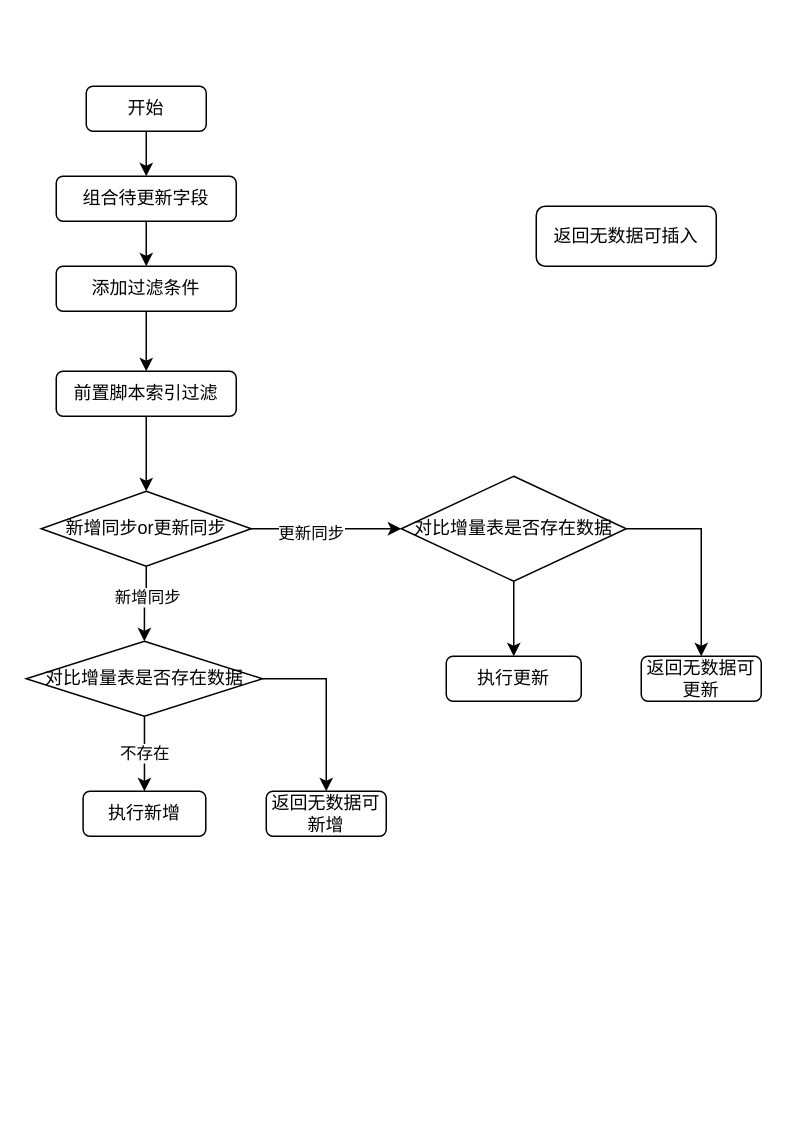
Alphathur/diagram keeps this draw.io diagram as 未命名绘图.drawio. Above is the earlier version. Source tidied: cells renumbered, new cells numbered last; positions are measured from the earlier drawing's top-left corner, leaving out a move shared by most shapes. Both pictures are drawn from the tidied source at 150%, with x=0, y=0 at pixel (26, 86).
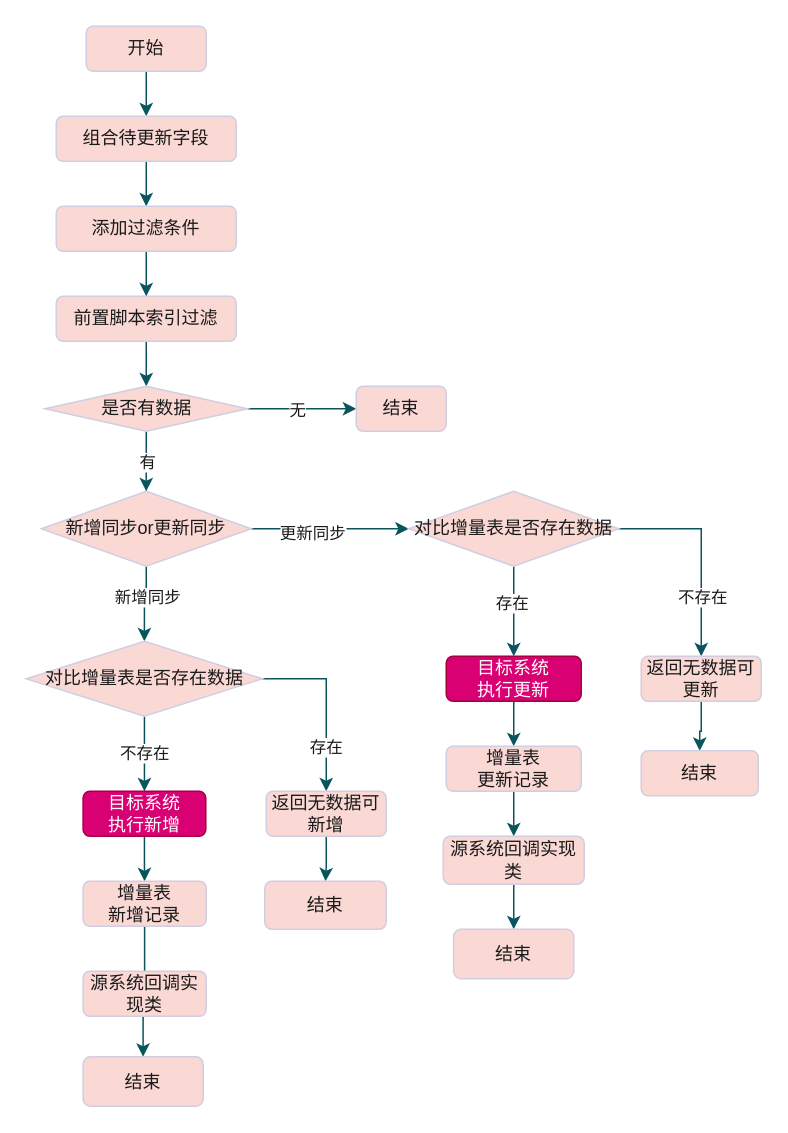
The same diagram, later.

Commit message (it also covers changes not shown here):
更新未命名绘图.drawio

The edit, as a diff of the source:
```diff
@@
-    <mxCell id="2" style="edgeStyle=orthogonalEdgeStyle;rounded=0;jettySize=auto;html=1;" parent="1" edge="1" source="3" target="6">
+    <mxCell id="2" style="edgeStyle=orthogonalEdgeStyle;rounded=0;jettySize=auto;html=1;strokeColor=#09555B;fontColor=#1A1A1A;" parent="1" edge="1" source="3" target="6">
       <mxGeometry relative="1" as="geometry" />
     </mxCell>
-    <mxCell id="3" value="开始" style="rounded=1;whiteSpace=wrap;html=1;fontSize=12;glass=0;strokeWidth=1;shadow=0;" parent="1" vertex="1">
-      <mxGeometry x="40" width="80" height="30" as="geometry" />
+    <mxCell id="3" value="开始" style="rounded=1;whiteSpace=wrap;html=1;fontSize=12;glass=0;strokeWidth=1;shadow=0;fillColor=#FAD9D5;strokeColor=#D0CEE2;fontColor=#1A1A1A;" parent="1" vertex="1">
+      <mxGeometry x="40" y="-40" width="80" height="30" as="geometry" />
     </mxCell>
-    <mxCell id="4" value="返回无数据可插入" style="rounded=1;whiteSpace=wrap;html=1;fontSize=12;glass=0;strokeWidth=1;shadow=0;" parent="1" vertex="1">
-      <mxGeometry x="340" y="80" width="120" height="40" as="geometry" />
-    </mxCell>
-    <mxCell id="5" style="edgeStyle=orthogonalEdgeStyle;rounded=0;jettySize=auto;html=1;" parent="1" edge="1" source="6" target="22">
+    <mxCell id="5" style="edgeStyle=orthogonalEdgeStyle;rounded=0;jettySize=auto;html=1;strokeColor=#09555B;fontColor=#1A1A1A;" parent="1" edge="1" source="6" target="22">
       <mxGeometry relative="1" as="geometry" />
     </mxCell>
-    <mxCell id="6" value="组合待更新字段" style="rounded=1;whiteSpace=wrap;html=1;fontSize=12;glass=0;strokeWidth=1;shadow=0;" parent="1" vertex="1">
-      <mxGeometry x="20" y="60" width="120" height="30" as="geometry" />
+    <mxCell id="6" value="组合待更新字段" style="rounded=1;whiteSpace=wrap;html=1;fontSize=12;glass=0;strokeWidth=1;shadow=0;fillColor=#FAD9D5;strokeColor=#D0CEE2;fontColor=#1A1A1A;" parent="1" vertex="1">
+      <mxGeometry x="20" y="20" width="120" height="30" as="geometry" />
     </mxCell>
-    <mxCell id="7" style="edgeStyle=orthogonalEdgeStyle;rounded=0;jettySize=auto;html=1;entryX=0.5;entryY=0;entryDx=0;entryDy=0;" parent="1" edge="1" source="8" target="13">
-      <mxGeometry relative="1" as="geometry" />
-    </mxCell>
+    <mxCell id="27" style="edgeStyle=orthogonalEdgeStyle;rounded=0;jettySize=auto;html=1;entryX=0.5;entryY=0;entryDx=0;entryDy=0;strokeColor=#09555B;fontColor=#1A1A1A;" parent="1" edge="1" source="8" target="39">
+      <mxGeometry relative="1" as="geometry" />
+    </mxCell>
-    <mxCell id="8" value="前置脚本索引过滤" style="rounded=1;whiteSpace=wrap;html=1;fontSize=12;glass=0;strokeWidth=1;shadow=0;" parent="1" vertex="1">
-      <mxGeometry x="20" y="190" width="120" height="30" as="geometry" />
+    <mxCell id="8" value="前置脚本索引过滤" style="rounded=1;whiteSpace=wrap;html=1;fontSize=12;glass=0;strokeWidth=1;shadow=0;fillColor=#FAD9D5;strokeColor=#D0CEE2;fontColor=#1A1A1A;" parent="1" vertex="1">
+      <mxGeometry x="20" y="140" width="120" height="30" as="geometry" />
     </mxCell>
-    <mxCell id="9" style="edgeStyle=orthogonalEdgeStyle;rounded=0;jettySize=auto;html=1;entryX=0;entryY=0.5;entryDx=0;entryDy=0;" parent="1" edge="1" source="13">
-      <mxGeometry relative="1" as="geometry">
-        <mxPoint x="250" y="295" as="targetPoint" />
-      </mxGeometry>
+    <mxCell id="9" style="edgeStyle=orthogonalEdgeStyle;rounded=0;jettySize=auto;html=1;entryX=0;entryY=0.5;entryDx=0;entryDy=0;strokeColor=#09555B;fontColor=#1A1A1A;" parent="1" edge="1" source="13" target="20">
+      <mxGeometry relative="1" as="geometry" />
     </mxCell>
-    <mxCell id="10" value="更新同步" style="edgeLabel;html=1;align=center;verticalAlign=middle;" parent="9" vertex="1">
+    <mxCell id="10" value="更新同步" style="edgeLabel;html=1;align=center;verticalAlign=middle;fontColor=#1A1A1A;" parent="9" vertex="1">
       <mxGeometry x="-0.23" y="-2" relative="1" as="geometry" />
     </mxCell>
-    <mxCell id="11" style="edgeStyle=orthogonalEdgeStyle;rounded=0;jettySize=auto;html=1;exitX=0.5;exitY=1;exitDx=0;exitDy=0;entryX=0.5;entryY=0;entryDx=0;entryDy=0;" parent="1" edge="1" source="13" target="17">
+    <mxCell id="11" style="edgeStyle=orthogonalEdgeStyle;rounded=0;jettySize=auto;html=1;exitX=0.5;exitY=1;exitDx=0;exitDy=0;entryX=0.5;entryY=0;entryDx=0;entryDy=0;strokeColor=#09555B;fontColor=#1A1A1A;" parent="1" edge="1" source="13" target="17">
       <mxGeometry relative="1" as="geometry" />
     </mxCell>
-    <mxCell id="12" value="新增同步" style="edgeLabel;html=1;align=center;verticalAlign=middle;" parent="11" vertex="1">
+    <mxCell id="12" value="新增同步" style="edgeLabel;html=1;align=center;verticalAlign=middle;fontColor=#1A1A1A;" parent="11" vertex="1">
       <mxGeometry x="-0.2" relative="1" as="geometry" />
     </mxCell>
-    <mxCell id="13" value="新增同步or更新同步" style="rhombus;whiteSpace=wrap;html=1;" parent="1" vertex="1">
+    <mxCell id="13" value="新增同步or更新同步" style="rhombus;whiteSpace=wrap;html=1;fillColor=#FAD9D5;strokeColor=#D0CEE2;fontColor=#1A1A1A;" parent="1" vertex="1">
       <mxGeometry x="10" y="270" width="140" height="50" as="geometry" />
     </mxCell>
-    <mxCell id="14" style="edgeStyle=orthogonalEdgeStyle;rounded=0;jettySize=auto;html=1;" parent="1" edge="1" source="17" target="23">
+    <mxCell id="14" style="edgeStyle=orthogonalEdgeStyle;rounded=0;jettySize=auto;html=1;strokeColor=#09555B;fontColor=#1A1A1A;" parent="1" edge="1" source="17" target="23">
       <mxGeometry relative="1" as="geometry">
         <Array as="points">
           <mxPoint x="78.8" y="460" />
           <mxPoint x="78.8" y="460" />
         </Array>
       </mxGeometry>
     </mxCell>
-    <mxCell id="15" value="不存在" style="edgeLabel;html=1;align=center;verticalAlign=middle;" parent="14" vertex="1">
+    <mxCell id="15" value="不存在" style="edgeLabel;html=1;align=center;verticalAlign=middle;fontColor=#1A1A1A;" parent="14" vertex="1">
       <mxGeometry x="-0.29" relative="1" as="geometry">
         <mxPoint y="7" as="offset" />
       </mxGeometry>
     </mxCell>
-    <mxCell id="16" style="edgeStyle=orthogonalEdgeStyle;rounded=0;jettySize=auto;html=1;" parent="1" edge="1" source="17" target="25">
+    <mxCell id="16" style="edgeStyle=orthogonalEdgeStyle;rounded=0;jettySize=auto;html=1;strokeColor=#09555B;fontColor=#1A1A1A;" parent="1" edge="1" source="17" target="25">
       <mxGeometry relative="1" as="geometry" />
     </mxCell>
+    <mxCell id="28" value="存在" style="edgeLabel;html=1;align=center;verticalAlign=middle;fontColor=#1A1A1A;" parent="16" vertex="1">
+      <mxGeometry x="-0.35" y="1" relative="1" as="geometry">
+        <mxPoint x="4" y="46" as="offset" />
+      </mxGeometry>
+    </mxCell>
-    <mxCell id="17" value="对比增量表是否存在数据" style="rhombus;whiteSpace=wrap;html=1;" parent="1" vertex="1">
+    <mxCell id="17" value="对比增量表是否存在数据" style="rhombus;whiteSpace=wrap;html=1;fillColor=#FAD9D5;strokeColor=#D0CEE2;fontColor=#1A1A1A;" parent="1" vertex="1">
       <mxGeometry y="370" width="157.5" height="50" as="geometry" />
     </mxCell>
-    <mxCell id="18" style="edgeStyle=orthogonalEdgeStyle;rounded=0;jettySize=auto;html=1;entryX=0.5;entryY=0;entryDx=0;entryDy=0;" parent="1" edge="1" source="20" target="24">
+    <mxCell id="18" style="edgeStyle=orthogonalEdgeStyle;rounded=0;jettySize=auto;html=1;entryX=0.5;entryY=0;entryDx=0;entryDy=0;strokeColor=#09555B;fontColor=#1A1A1A;" parent="1" edge="1" source="20" target="24">
       <mxGeometry relative="1" as="geometry" />
     </mxCell>
+    <mxCell id="29" value="存在" style="edgeLabel;html=1;align=center;verticalAlign=middle;fontColor=#1A1A1A;" parent="18" vertex="1">
+      <mxGeometry x="-0.2" y="-2" relative="1" as="geometry" />
+    </mxCell>
-    <mxCell id="19" style="edgeStyle=orthogonalEdgeStyle;rounded=0;jettySize=auto;html=1;" parent="1" edge="1" source="20" target="26">
+    <mxCell id="19" style="edgeStyle=orthogonalEdgeStyle;rounded=0;jettySize=auto;html=1;strokeColor=#09555B;fontColor=#1A1A1A;" parent="1" edge="1" source="20" target="26">
       <mxGeometry relative="1" as="geometry" />
     </mxCell>
+    <mxCell id="30" value="不存在" style="edgeLabel;html=1;align=center;verticalAlign=middle;fontColor=#1A1A1A;" parent="19" vertex="1">
+      <mxGeometry x="-0.21" y="-1" relative="1" as="geometry">
+        <mxPoint x="1" y="45" as="offset" />
+      </mxGeometry>
+    </mxCell>
-    <mxCell id="20" value="对比增量表是否存在数据" style="rhombus;whiteSpace=wrap;html=1;" parent="1" vertex="1">
-      <mxGeometry x="250" y="260" width="150" height="70" as="geometry" />
+    <mxCell id="20" value="对比增量表是否存在数据" style="rhombus;whiteSpace=wrap;html=1;fillColor=#FAD9D5;strokeColor=#D0CEE2;fontColor=#1A1A1A;" parent="1" vertex="1">
+      <mxGeometry x="255" y="270" width="140" height="50" as="geometry" />
     </mxCell>
-    <mxCell id="21" style="edgeStyle=orthogonalEdgeStyle;rounded=0;jettySize=auto;html=1;exitX=0.5;exitY=1;exitDx=0;exitDy=0;entryX=0.5;entryY=0;entryDx=0;entryDy=0;" parent="1" edge="1" source="22" target="8">
+    <mxCell id="21" style="edgeStyle=orthogonalEdgeStyle;rounded=0;jettySize=auto;html=1;exitX=0.5;exitY=1;exitDx=0;exitDy=0;entryX=0.5;entryY=0;entryDx=0;entryDy=0;strokeColor=#09555B;fontColor=#1A1A1A;" parent="1" edge="1" source="22" target="8">
       <mxGeometry relative="1" as="geometry" />
     </mxCell>
-    <mxCell id="22" value="添加过滤条件" style="rounded=1;whiteSpace=wrap;html=1;fontSize=12;glass=0;strokeWidth=1;shadow=0;" parent="1" vertex="1">
-      <mxGeometry x="20" y="120" width="120" height="30" as="geometry" />
+    <mxCell id="22" value="添加过滤条件" style="rounded=1;whiteSpace=wrap;html=1;fontSize=12;glass=0;strokeWidth=1;shadow=0;fillColor=#FAD9D5;strokeColor=#D0CEE2;fontColor=#1A1A1A;" parent="1" vertex="1">
+      <mxGeometry x="20" y="80" width="120" height="30" as="geometry" />
     </mxCell>
+    <mxCell id="31" style="edgeStyle=orthogonalEdgeStyle;rounded=0;jettySize=auto;html=1;strokeColor=#09555B;fontColor=#1A1A1A;" parent="1" edge="1" source="23" target="43">
+      <mxGeometry relative="1" as="geometry" />
+    </mxCell>
-    <mxCell id="23" value="执行新增" style="rounded=1;whiteSpace=wrap;html=1;" parent="1" vertex="1">
+    <mxCell id="23" value="目标系统&lt;br&gt;执行新增" style="rounded=1;whiteSpace=wrap;html=1;fillColor=#d80073;strokeColor=#A50040;fontColor=#ffffff;" parent="1" vertex="1">
       <mxGeometry x="37.9" y="470" width="81.8" height="30" as="geometry" />
     </mxCell>
+    <mxCell id="32" style="edgeStyle=orthogonalEdgeStyle;rounded=0;jettySize=auto;html=1;strokeColor=#09555B;fontColor=#1A1A1A;" parent="1" edge="1" source="24" target="45">
+      <mxGeometry relative="1" as="geometry" />
+    </mxCell>
-    <mxCell id="24" value="执行更新" style="rounded=1;whiteSpace=wrap;html=1;" parent="1" vertex="1">
+    <mxCell id="24" value="目标系统&lt;br&gt;执行更新" style="rounded=1;whiteSpace=wrap;html=1;fillColor=#d80073;strokeColor=#A50040;fontColor=#ffffff;" parent="1" vertex="1">
       <mxGeometry x="280" y="380" width="90" height="30" as="geometry" />
     </mxCell>
+    <mxCell id="33" style="edgeStyle=orthogonalEdgeStyle;rounded=0;jettySize=auto;html=1;fontColor=#1A1A1A;strokeColor=#09555B;" parent="1" edge="1" source="25" target="46">
+      <mxGeometry relative="1" as="geometry" />
+    </mxCell>
-    <mxCell id="25" value="返回无数据可新增" style="rounded=1;whiteSpace=wrap;html=1;" parent="1" vertex="1">
+    <mxCell id="25" value="返回无数据可新增" style="rounded=1;whiteSpace=wrap;html=1;fillColor=#FAD9D5;strokeColor=#D0CEE2;fontColor=#1A1A1A;" parent="1" vertex="1">
       <mxGeometry x="160" y="470" width="80" height="30" as="geometry" />
     </mxCell>
+    <mxCell id="34" style="edgeStyle=orthogonalEdgeStyle;rounded=0;jettySize=auto;html=1;fontColor=#1A1A1A;strokeColor=#09555B;" parent="1" edge="1" source="26" target="41">
+      <mxGeometry relative="1" as="geometry" />
+    </mxCell>
-    <mxCell id="26" value="返回无数据可更新" style="rounded=1;whiteSpace=wrap;html=1;" parent="1" vertex="1">
+    <mxCell id="26" value="返回无数据可更新" style="rounded=1;whiteSpace=wrap;html=1;fillColor=#FAD9D5;strokeColor=#D0CEE2;fontColor=#1A1A1A;" parent="1" vertex="1">
       <mxGeometry x="410" y="380" width="80" height="30" as="geometry" />
     </mxCell>
+    <mxCell id="35" style="edgeStyle=orthogonalEdgeStyle;rounded=0;jettySize=auto;html=1;exitX=0.5;exitY=1;exitDx=0;exitDy=0;entryX=0.5;entryY=0;entryDx=0;entryDy=0;strokeColor=#09555B;fontColor=#1A1A1A;" parent="1" edge="1" source="39" target="13">
+      <mxGeometry relative="1" as="geometry">
+        <Array as="points">
+          <mxPoint x="80" y="250" />
+          <mxPoint x="80" y="250" />
+        </Array>
+      </mxGeometry>
+    </mxCell>
+    <mxCell id="36" value="有" style="edgeLabel;html=1;align=center;verticalAlign=middle;fontColor=#1A1A1A;" parent="35" vertex="1">
+      <mxGeometry x="-0.21" y="3" relative="1" as="geometry">
+        <mxPoint x="-3" y="4" as="offset" />
+      </mxGeometry>
+    </mxCell>
+    <mxCell id="37" style="edgeStyle=orthogonalEdgeStyle;rounded=0;jettySize=auto;html=1;strokeColor=#09555B;fontColor=#1A1A1A;" parent="1" edge="1" source="39" target="40">
+      <mxGeometry relative="1" as="geometry">
+        <Array as="points">
+          <mxPoint x="170" y="215" />
+          <mxPoint x="170" y="215" />
+        </Array>
+      </mxGeometry>
+    </mxCell>
+    <mxCell id="38" value="无" style="edgeLabel;html=1;align=center;verticalAlign=middle;fontColor=#1A1A1A;" parent="37" vertex="1">
+      <mxGeometry x="0.18" y="-2" relative="1" as="geometry">
+        <mxPoint x="-10" y="-2" as="offset" />
+      </mxGeometry>
+    </mxCell>
+    <mxCell id="39" value="是否有数据" style="rhombus;whiteSpace=wrap;html=1;fillColor=#FAD9D5;strokeColor=#D0CEE2;fontColor=#1A1A1A;" parent="1" vertex="1">
+      <mxGeometry x="12.5" y="200" width="135" height="30" as="geometry" />
+    </mxCell>
+    <mxCell id="40" value="结束" style="rounded=1;whiteSpace=wrap;html=1;fillColor=#FAD9D5;strokeColor=#D0CEE2;fontColor=#1A1A1A;" parent="1" vertex="1">
+      <mxGeometry x="220" y="200" width="60" height="30" as="geometry" />
+    </mxCell>
+    <mxCell id="41" value="结束" style="rounded=1;whiteSpace=wrap;html=1;fillColor=#FAD9D5;strokeColor=#D0CEE2;fontColor=#1A1A1A;" parent="1" vertex="1">
+      <mxGeometry x="410" y="443" width="78" height="30" as="geometry" />
+    </mxCell>
+    <mxCell id="42" style="edgeStyle=orthogonalEdgeStyle;rounded=0;jettySize=auto;html=1;fontColor=#1A1A1A;strokeColor=#09555B;" parent="1" edge="1" source="43" target="50">
+      <mxGeometry relative="1" as="geometry" />
+    </mxCell>
+    <mxCell id="43" value="增量表&lt;br&gt;新增记录" style="rounded=1;whiteSpace=wrap;html=1;fillColor=#FAD9D5;strokeColor=#D0CEE2;fontColor=#1A1A1A;" parent="1" vertex="1">
+      <mxGeometry x="37.9" y="530" width="82.1" height="30" as="geometry" />
+    </mxCell>
+    <mxCell id="44" style="edgeStyle=orthogonalEdgeStyle;rounded=0;jettySize=auto;html=1;fontColor=#1A1A1A;strokeColor=#09555B;" parent="1" edge="1" source="45" target="49">
+      <mxGeometry relative="1" as="geometry" />
+    </mxCell>
+    <mxCell id="45" value="增量表&lt;br&gt;更新记录" style="rounded=1;whiteSpace=wrap;html=1;fillColor=#FAD9D5;strokeColor=#D0CEE2;fontColor=#1A1A1A;" parent="1" vertex="1">
+      <mxGeometry x="280" y="440" width="90" height="30" as="geometry" />
+    </mxCell>
+    <mxCell id="46" value="结束" style="rounded=1;whiteSpace=wrap;html=1;fillColor=#FAD9D5;strokeColor=#D0CEE2;fontColor=#1A1A1A;" parent="1" vertex="1">
+      <mxGeometry x="159" y="530" width="81" height="32" as="geometry" />
+    </mxCell>
+    <mxCell id="47" value="源系统回调实现类" style="rounded=1;whiteSpace=wrap;html=1;fillColor=#FAD9D5;strokeColor=#D0CEE2;fontColor=#1A1A1A;" parent="1" vertex="1">
+      <mxGeometry x="37.9" y="590" width="82.1" height="30" as="geometry" />
+    </mxCell>
+    <mxCell id="48" style="edgeStyle=orthogonalEdgeStyle;rounded=0;jettySize=auto;html=1;fontColor=#1A1A1A;strokeColor=#09555B;" parent="1" edge="1" source="49" target="51">
+      <mxGeometry relative="1" as="geometry" />
+    </mxCell>
+    <mxCell id="49" value="源系统回调实现类" style="rounded=1;whiteSpace=wrap;html=1;fillColor=#FAD9D5;strokeColor=#D0CEE2;fontColor=#1A1A1A;" parent="1" vertex="1">
+      <mxGeometry x="278" y="500" width="94" height="32" as="geometry" />
+    </mxCell>
+    <mxCell id="50" value="结束" style="rounded=1;whiteSpace=wrap;html=1;fillColor=#FAD9D5;strokeColor=#D0CEE2;fontColor=#1A1A1A;" parent="1" vertex="1">
+      <mxGeometry x="37.9" y="647" width="80.1" height="33" as="geometry" />
+    </mxCell>
+    <mxCell id="51" value="结束" style="rounded=1;whiteSpace=wrap;html=1;fillColor=#FAD9D5;strokeColor=#D0CEE2;fontColor=#1A1A1A;" parent="1" vertex="1">
+      <mxGeometry x="284.9" y="562" width="80.1" height="33" as="geometry" />
+    </mxCell>
```
